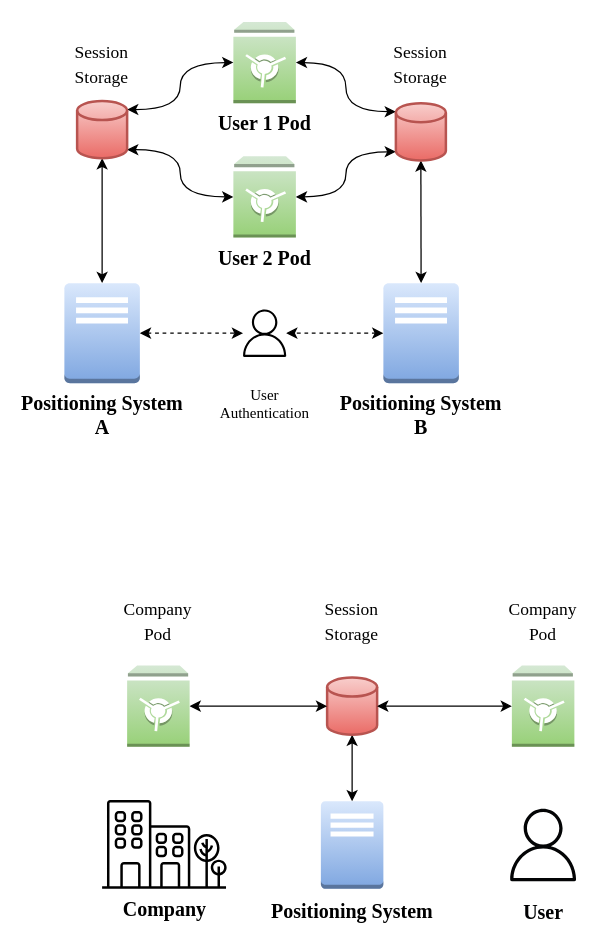
The draw.io diagram page "Page-4" (3 of 5) of docs/media/images/solid.drawio in OpenHPS/openhps-solid, before the edit. Source tidied: cells renumbered, new cells numbered last; positions are measured from the earlier drawing's top-left corner, leaving out a move shared by most shapes. Both pictures are drawn from the tidied source at 125%, with x=0, y=0 at pixel (64, 21).
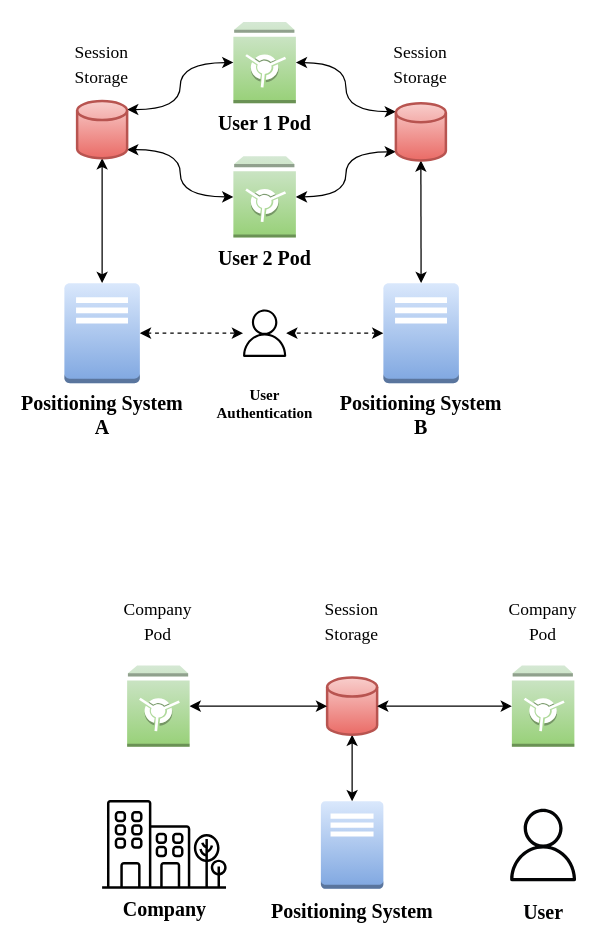
After the change.

Commit message (it also covers changes not shown here):
docs: bold user authentication

Change to the diagram source:
```diff
@@
-    <mxCell id="16" value="User&lt;br&gt;Authentication" style="sketch=0;outlineConnect=0;fontColor=#000000;gradientColor=none;fillColor=#000000;strokeColor=none;dashed=0;verticalLabelPosition=bottom;verticalAlign=top;align=center;html=1;fontSize=12;fontStyle=0;shape=mxgraph.aws4.user;fontFamily=Garamond;spacingTop=17;" parent="1" vertex="1">
+    <mxCell id="16" value="User&lt;br&gt;Authentication" style="sketch=0;outlineConnect=0;fontColor=#000000;gradientColor=none;fillColor=#000000;strokeColor=none;dashed=0;verticalLabelPosition=bottom;verticalAlign=top;align=center;html=1;fontSize=12;fontStyle=1;shape=mxgraph.aws4.user;fontFamily=Garamond;spacingTop=17;" parent="1" vertex="1">
       <mxGeometry x="141.2" y="230" width="38" height="38" as="geometry" />
     </mxCell>
```
